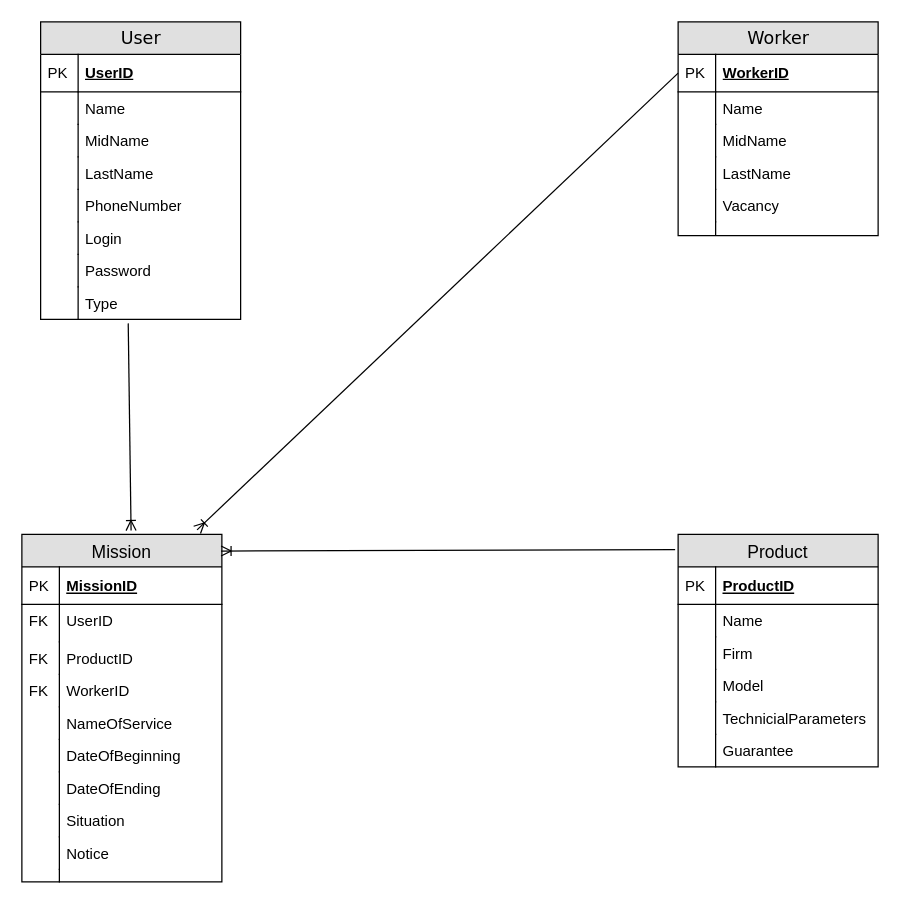
The draw.io diagram Development of a software application.drawio in duxa2089/entity-relationship-model, before the edit. Source tidied: cells renumbered, new cells numbered last; positions are measured from the earlier drawing's top-left corner, leaving out a move shared by most shapes. Both pictures are drawn from the tidied source at 125%, with x=0, y=0 at pixel (21, 21).
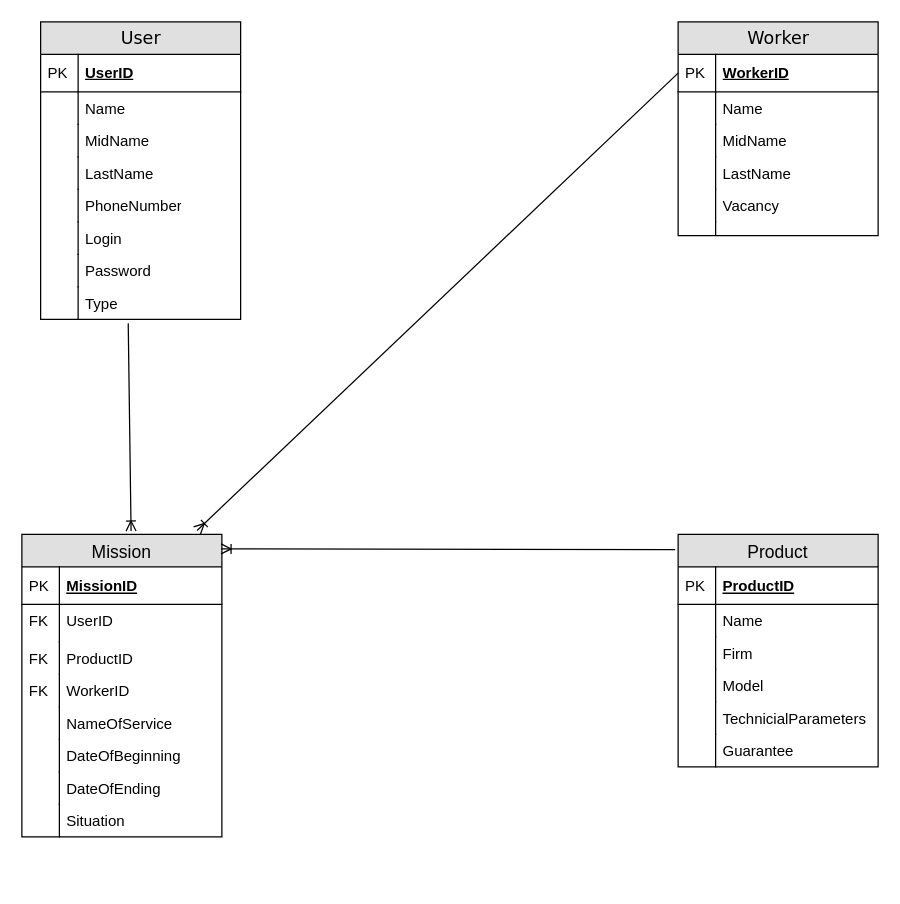
Above is the later version.

Change to the diagram source:
```diff
@@
     <mxCell id="32" value="Mission" style="swimlane;fontStyle=0;horizontal=1;startSize=26;fillColor=#e0e0e0;swimlaneFillColor=#ffffff;align=center;fontSize=14;" parent="1" vertex="1">
-      <mxGeometry y="410" width="160" height="278" as="geometry" />
+      <mxGeometry y="410" width="160" height="242" as="geometry" />
     </mxCell>
@@
-    <mxCell id="49" value="Notice" style="shape=partialRectangle;top=0;left=0;right=0;bottom=0;align=left;verticalAlign=top;fillColor=none;spacingLeft=34;spacingRight=4;overflow=hidden;fontSize=12;" parent="32" vertex="1">
-      <mxGeometry y="242" width="160" height="26" as="geometry" />
-    </mxCell>
-    <mxCell id="50" style="shape=partialRectangle;top=0;left=0;bottom=0;fillColor=none;align=left;verticalAlign=top;spacingLeft=4;spacingRight=4;overflow=hidden;fontSize=12;" parent="49" vertex="1">
-      <mxGeometry width="30" height="26" as="geometry" />
-    </mxCell>
-    <mxCell id="51" style="shape=partialRectangle;top=0;left=0;right=0;bottom=0;align=left;verticalAlign=top;fillColor=none;spacingLeft=34;spacingRight=4;overflow=hidden;fontSize=12;" parent="32" vertex="1">
-      <mxGeometry y="268" width="160" height="10" as="geometry" />
-    </mxCell>
-    <mxCell id="52" style="shape=partialRectangle;top=0;left=0;bottom=0;fillColor=none;align=left;verticalAlign=top;spacingLeft=4;spacingRight=4;overflow=hidden;fontSize=12;" parent="51" vertex="1">
-      <mxGeometry width="30" height="10" as="geometry" />
-    </mxCell>
```
